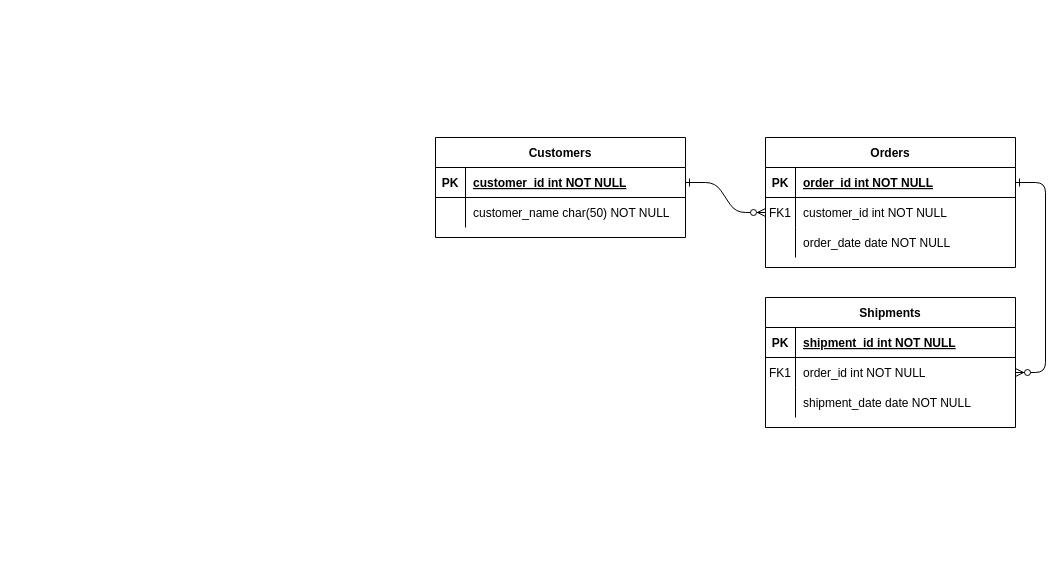
Above: Untitled Diagram.drawio in JaycobHoffman1/assignments-database-fundamentals (draw.io), before the change. Source tidied: cells renumbered, new cells numbered last; positions are measured from the earlier drawing's top-left corner, leaving out a move shared by most shapes. Both pictures are drawn from the tidied source at 100%, with x=0, y=0 at pixel (435, 137).
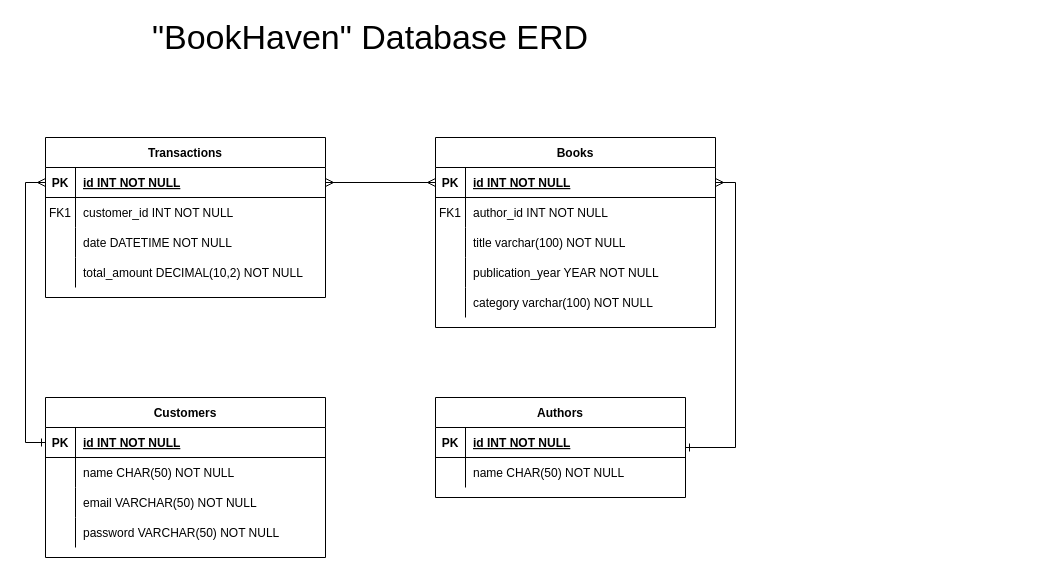
Above is the later version.

Change to the diagram source:
```diff
@@
-    <mxCell id="2" style="edgeStyle=entityRelationEdgeStyle;endArrow=ERzeroToMany;startArrow=ERone;endFill=1;startFill=0;" parent="1" edge="1" source="25" target="8">
-      <mxGeometry relative="1" as="geometry" />
-    </mxCell>
-    <mxCell id="3" style="edgeStyle=entityRelationEdgeStyle;endArrow=ERzeroToMany;startArrow=ERone;endFill=1;startFill=0;" parent="1" edge="1" source="5" target="18">
-      <mxGeometry relative="1" as="geometry" />
-    </mxCell>
-    <mxCell id="4" value="Orders" style="shape=table;startSize=30;childLayout=tableLayout;rowLines=0;fontStyle=1;align=center;" parent="1" vertex="1">
-      <mxGeometry x="330" width="250" height="130" as="geometry" />
-    </mxCell>
-    <mxCell id="5" style="shape=partialRectangle;fillColor=none;points=[[0,0.5],[1,0.5]];portConstraint=eastwest;top=0;left=0;right=0;bottom=1;" parent="4" vertex="1">
-      <mxGeometry y="30" width="250" height="30" as="geometry" />
-    </mxCell>
-    <mxCell id="6" value="PK" style="shape=partialRectangle;overflow=hidden;fillColor=none;top=0;left=0;bottom=0;right=0;fontStyle=1;" parent="5" vertex="1">
-      <mxGeometry width="30" height="30" as="geometry" />
-    </mxCell>
-    <mxCell id="7" value="order_id int NOT NULL " style="shape=partialRectangle;overflow=hidden;fillColor=none;top=0;left=0;bottom=0;right=0;align=left;spacingLeft=6;fontStyle=5;" parent="5" vertex="1">
-      <mxGeometry x="30" width="220" height="30" as="geometry" />
-    </mxCell>
-    <mxCell id="8" style="shape=partialRectangle;fillColor=none;points=[[0,0.5],[1,0.5]];portConstraint=eastwest;top=0;left=0;right=0;bottom=0;" parent="4" vertex="1">
-      <mxGeometry y="60" width="250" height="30" as="geometry" />
-    </mxCell>
-    <mxCell id="9" value="FK1" style="shape=partialRectangle;overflow=hidden;fillColor=none;top=0;left=0;bottom=0;right=0;" parent="8" vertex="1">
-      <mxGeometry width="30" height="30" as="geometry" />
-    </mxCell>
-    <mxCell id="10" value="customer_id int NOT NULL" style="shape=partialRectangle;overflow=hidden;fillColor=none;top=0;left=0;bottom=0;right=0;align=left;spacingLeft=6;" parent="8" vertex="1">
-      <mxGeometry x="30" width="220" height="30" as="geometry" />
-    </mxCell>
-    <mxCell id="11" style="shape=partialRectangle;fillColor=none;top=0;left=0;right=0;bottom=0;" parent="4" vertex="1">
-      <mxGeometry y="90" width="250" height="30" as="geometry" />
-    </mxCell>
-    <mxCell id="12" style="shape=partialRectangle;overflow=hidden;fillColor=none;top=0;left=0;bottom=0;right=0;" parent="11" vertex="1">
-      <mxGeometry width="30" height="30" as="geometry" />
-    </mxCell>
-    <mxCell id="13" value="order_date date NOT NULL" style="shape=partialRectangle;overflow=hidden;fillColor=none;top=0;left=0;bottom=0;right=0;align=left;spacingLeft=6;" parent="11" vertex="1">
-      <mxGeometry x="30" width="220" height="30" as="geometry" />
-    </mxCell>
-    <mxCell id="14" value="Shipments" style="shape=table;startSize=30;childLayout=tableLayout;rowLines=0;fontStyle=1;align=center;" parent="1" vertex="1">
-      <mxGeometry x="330" y="160" width="250" height="130" as="geometry" />
-    </mxCell>
-    <mxCell id="15" style="shape=partialRectangle;fillColor=none;top=0;left=0;right=0;bottom=1;" parent="14" vertex="1">
-      <mxGeometry y="30" width="250" height="30" as="geometry" />
-    </mxCell>
-    <mxCell id="16" value="PK" style="shape=partialRectangle;overflow=hidden;fillColor=none;top=0;left=0;bottom=0;right=0;fontStyle=1;" parent="15" vertex="1">
-      <mxGeometry width="30" height="30" as="geometry" />
-    </mxCell>
-    <mxCell id="17" value="shipment_id int NOT NULL " style="shape=partialRectangle;overflow=hidden;fillColor=none;top=0;left=0;bottom=0;right=0;align=left;spacingLeft=6;fontStyle=5;" parent="15" vertex="1">
-      <mxGeometry x="30" width="220" height="30" as="geometry" />
-    </mxCell>
-    <mxCell id="18" style="shape=partialRectangle;fillColor=none;points=[[0,0.5],[1,0.5]];portConstraint=eastwest;top=0;left=0;right=0;bottom=0;" parent="14" vertex="1">
-      <mxGeometry y="60" width="250" height="30" as="geometry" />
-    </mxCell>
-    <mxCell id="19" value="FK1" style="shape=partialRectangle;overflow=hidden;fillColor=none;top=0;left=0;bottom=0;right=0;" parent="18" vertex="1">
-      <mxGeometry width="30" height="30" as="geometry" />
-    </mxCell>
-    <mxCell id="20" value="order_id int NOT NULL" style="shape=partialRectangle;overflow=hidden;fillColor=none;top=0;left=0;bottom=0;right=0;align=left;spacingLeft=6;" parent="18" vertex="1">
-      <mxGeometry x="30" width="220" height="30" as="geometry" />
-    </mxCell>
-    <mxCell id="21" style="shape=partialRectangle;fillColor=none;top=0;left=0;right=0;bottom=0;" parent="14" vertex="1">
-      <mxGeometry y="90" width="250" height="30" as="geometry" />
-    </mxCell>
-    <mxCell id="22" style="shape=partialRectangle;overflow=hidden;fillColor=none;top=0;left=0;bottom=0;right=0;" parent="21" vertex="1">
-      <mxGeometry width="30" height="30" as="geometry" />
-    </mxCell>
-    <mxCell id="23" value="shipment_date date NOT NULL" style="shape=partialRectangle;overflow=hidden;fillColor=none;top=0;left=0;bottom=0;right=0;align=left;spacingLeft=6;" parent="21" vertex="1">
-      <mxGeometry x="30" width="220" height="30" as="geometry" />
-    </mxCell>
-    <mxCell id="24" value="Customers" style="shape=table;startSize=30;childLayout=tableLayout;rowLines=0;fontStyle=1;align=center;" parent="1" vertex="1">
-      <mxGeometry width="250" height="100" as="geometry" />
+    <mxCell id="24" value="Books" style="shape=table;startSize=30;childLayout=tableLayout;rowLines=0;fontStyle=1;align=center;" parent="1" vertex="1">
+      <mxGeometry width="280" height="190" as="geometry" />
     </mxCell>
     <mxCell id="25" style="shape=partialRectangle;fillColor=none;points=[[0,0.5],[1,0.5]];portConstraint=eastwest;top=0;left=0;right=0;bottom=1;" parent="24" vertex="1">
-      <mxGeometry y="30" width="250" height="30" as="geometry" />
+      <mxGeometry y="30" width="280" height="30" as="geometry" />
     </mxCell>
@@
-    <mxCell id="27" value="customer_id int NOT NULL " style="shape=partialRectangle;overflow=hidden;fillColor=none;top=0;left=0;bottom=0;right=0;align=left;spacingLeft=6;fontStyle=5;" parent="25" vertex="1">
-      <mxGeometry x="30" width="220" height="30" as="geometry" />
+    <mxCell id="27" value="id INT NOT NULL" style="shape=partialRectangle;overflow=hidden;fillColor=none;top=0;left=0;bottom=0;right=0;align=left;spacingLeft=6;fontStyle=5;" parent="25" vertex="1">
+      <mxGeometry x="30" width="250" height="30" as="geometry" />
     </mxCell>
     <mxCell id="28" style="shape=partialRectangle;fillColor=none;top=0;left=0;right=0;bottom=0;" parent="24" vertex="1">
-      <mxGeometry y="60" width="250" height="30" as="geometry" />
+      <mxGeometry y="60" width="280" height="30" as="geometry" />
     </mxCell>
-    <mxCell id="29" style="shape=partialRectangle;overflow=hidden;fillColor=none;top=0;left=0;bottom=0;right=0;" parent="28" vertex="1">
+    <mxCell id="29" value="FK1" style="shape=partialRectangle;overflow=hidden;fillColor=none;top=0;left=0;bottom=0;right=0;" parent="28" vertex="1">
       <mxGeometry width="30" height="30" as="geometry" />
     </mxCell>
-    <mxCell id="30" value="customer_name char(50) NOT NULL" style="shape=partialRectangle;overflow=hidden;fillColor=none;top=0;left=0;bottom=0;right=0;align=left;spacingLeft=6;" parent="28" vertex="1">
-      <mxGeometry x="30" width="220" height="30" as="geometry" />
+    <mxCell id="30" value="author_id INT NOT NULL" style="shape=partialRectangle;overflow=hidden;fillColor=none;top=0;left=0;bottom=0;right=0;align=left;spacingLeft=6;" parent="28" vertex="1">
+      <mxGeometry x="30" width="250" height="30" as="geometry" />
     </mxCell>
+    <mxCell id="31" style="shape=partialRectangle;fillColor=none;top=0;left=0;right=0;bottom=0;" parent="24" vertex="1">
+      <mxGeometry y="90" width="280" height="30" as="geometry" />
+    </mxCell>
+    <mxCell id="32" style="shape=partialRectangle;overflow=hidden;fillColor=none;top=0;left=0;bottom=0;right=0;" parent="31" vertex="1">
+      <mxGeometry width="30" height="30" as="geometry" />
+    </mxCell>
+    <mxCell id="33" value="title varchar(100) NOT NULL" style="shape=partialRectangle;overflow=hidden;fillColor=none;top=0;left=0;bottom=0;right=0;align=left;spacingLeft=6;" parent="31" vertex="1">
+      <mxGeometry x="30" width="250" height="30" as="geometry" />
+    </mxCell>
+    <mxCell id="34" style="shape=partialRectangle;fillColor=none;top=0;left=0;right=0;bottom=0;" parent="24" vertex="1">
+      <mxGeometry y="120" width="280" height="30" as="geometry" />
+    </mxCell>
+    <mxCell id="35" style="shape=partialRectangle;overflow=hidden;fillColor=none;top=0;left=0;bottom=0;right=0;" parent="34" vertex="1">
+      <mxGeometry width="30" height="30" as="geometry" />
+    </mxCell>
+    <mxCell id="36" value="publication_year YEAR NOT NULL" style="shape=partialRectangle;overflow=hidden;fillColor=none;top=0;left=0;bottom=0;right=0;align=left;spacingLeft=6;" parent="34" vertex="1">
+      <mxGeometry x="30" width="250" height="30" as="geometry" />
+    </mxCell>
+    <mxCell id="37" style="shape=partialRectangle;fillColor=none;top=0;left=0;right=0;bottom=0;" parent="24" vertex="1">
+      <mxGeometry y="150" width="280" height="30" as="geometry" />
+    </mxCell>
+    <mxCell id="38" style="shape=partialRectangle;overflow=hidden;fillColor=none;top=0;left=0;bottom=0;right=0;" parent="37" vertex="1">
+      <mxGeometry width="30" height="30" as="geometry" />
+    </mxCell>
+    <mxCell id="39" value="category varchar(100) NOT NULL" style="shape=partialRectangle;overflow=hidden;fillColor=none;top=0;left=0;bottom=0;right=0;align=left;spacingLeft=6;" parent="37" vertex="1">
+      <mxGeometry x="30" width="250" height="30" as="geometry" />
+    </mxCell>
+    <mxCell id="40" style="edgeStyle=orthogonalEdgeStyle;rounded=0;jettySize=auto;html=1;entryX=1;entryY=0.5;entryDx=0;entryDy=0;startArrow=ERone;startFill=0;endArrow=ERmany;endFill=0;" parent="1" edge="1" source="41" target="25">
+      <mxGeometry relative="1" as="geometry">
+        <Array as="points">
+          <mxPoint x="300" y="310" />
+          <mxPoint x="300" y="45" />
+        </Array>
+      </mxGeometry>
+    </mxCell>
+    <mxCell id="41" value="Authors" style="shape=table;startSize=30;childLayout=tableLayout;rowLines=0;fontStyle=1;align=center;" parent="1" vertex="1">
+      <mxGeometry y="260" width="250" height="100" as="geometry" />
+    </mxCell>
+    <mxCell id="42" style="shape=partialRectangle;fillColor=none;top=0;left=0;right=0;bottom=1;" parent="41" vertex="1">
+      <mxGeometry y="30" width="250" height="30" as="geometry" />
+    </mxCell>
+    <mxCell id="43" value="PK" style="shape=partialRectangle;overflow=hidden;fillColor=none;top=0;left=0;bottom=0;right=0;fontStyle=1;" parent="42" vertex="1">
+      <mxGeometry width="30" height="30" as="geometry" />
+    </mxCell>
+    <mxCell id="44" value="id INT NOT NULL" style="shape=partialRectangle;overflow=hidden;fillColor=none;top=0;left=0;bottom=0;right=0;align=left;spacingLeft=6;fontStyle=5;" parent="42" vertex="1">
+      <mxGeometry x="30" width="220" height="30" as="geometry" />
+    </mxCell>
+    <mxCell id="45" style="shape=partialRectangle;fillColor=none;top=0;left=0;right=0;bottom=0;" parent="41" vertex="1">
+      <mxGeometry y="60" width="250" height="30" as="geometry" />
+    </mxCell>
+    <mxCell id="46" style="shape=partialRectangle;overflow=hidden;fillColor=none;top=0;left=0;bottom=0;right=0;" parent="45" vertex="1">
+      <mxGeometry width="30" height="30" as="geometry" />
+    </mxCell>
+    <mxCell id="47" value="name CHAR(50) NOT NULL" style="shape=partialRectangle;overflow=hidden;fillColor=none;top=0;left=0;bottom=0;right=0;align=left;spacingLeft=6;" parent="45" vertex="1">
+      <mxGeometry x="30" width="220" height="30" as="geometry" />
+    </mxCell>
+    <mxCell id="48" value="Customers" style="shape=table;startSize=30;childLayout=tableLayout;rowLines=0;fontStyle=1;align=center;" parent="1" vertex="1">
+      <mxGeometry x="-390" y="260" width="280" height="160" as="geometry" />
+    </mxCell>
+    <mxCell id="49" style="shape=partialRectangle;fillColor=none;points=[[0,0.5],[1,0.5]];portConstraint=eastwest;top=0;left=0;right=0;bottom=1;" parent="48" vertex="1">
+      <mxGeometry y="30" width="280" height="30" as="geometry" />
+    </mxCell>
+    <mxCell id="50" value="PK" style="shape=partialRectangle;overflow=hidden;fillColor=none;top=0;left=0;bottom=0;right=0;fontStyle=1;" parent="49" vertex="1">
+      <mxGeometry width="30" height="30" as="geometry" />
+    </mxCell>
+    <mxCell id="51" value="id INT NOT NULL" style="shape=partialRectangle;overflow=hidden;fillColor=none;top=0;left=0;bottom=0;right=0;align=left;spacingLeft=6;fontStyle=5;" parent="49" vertex="1">
+      <mxGeometry x="30" width="250" height="30" as="geometry" />
+    </mxCell>
+    <mxCell id="52" style="shape=partialRectangle;fillColor=none;top=0;left=0;right=0;bottom=0;" parent="48" vertex="1">
+      <mxGeometry y="60" width="280" height="30" as="geometry" />
+    </mxCell>
+    <mxCell id="53" style="shape=partialRectangle;overflow=hidden;fillColor=none;top=0;left=0;bottom=0;right=0;" parent="52" vertex="1">
+      <mxGeometry width="30" height="30" as="geometry" />
+    </mxCell>
+    <mxCell id="54" value="name CHAR(50) NOT NULL" style="shape=partialRectangle;overflow=hidden;fillColor=none;top=0;left=0;bottom=0;right=0;align=left;spacingLeft=6;" parent="52" vertex="1">
+      <mxGeometry x="30" width="250" height="30" as="geometry" />
+    </mxCell>
+    <mxCell id="55" style="shape=partialRectangle;fillColor=none;top=0;left=0;right=0;bottom=0;" parent="48" vertex="1">
+      <mxGeometry y="90" width="280" height="30" as="geometry" />
+    </mxCell>
+    <mxCell id="56" style="shape=partialRectangle;overflow=hidden;fillColor=none;top=0;left=0;bottom=0;right=0;" parent="55" vertex="1">
+      <mxGeometry width="30" height="30" as="geometry" />
+    </mxCell>
+    <mxCell id="57" value="email VARCHAR(50) NOT NULL" style="shape=partialRectangle;overflow=hidden;fillColor=none;top=0;left=0;bottom=0;right=0;align=left;spacingLeft=6;" parent="55" vertex="1">
+      <mxGeometry x="30" width="250" height="30" as="geometry" />
+    </mxCell>
+    <mxCell id="58" style="shape=partialRectangle;fillColor=none;top=0;left=0;right=0;bottom=0;" parent="48" vertex="1">
+      <mxGeometry y="120" width="280" height="30" as="geometry" />
+    </mxCell>
+    <mxCell id="59" style="shape=partialRectangle;overflow=hidden;fillColor=none;top=0;left=0;bottom=0;right=0;" parent="58" vertex="1">
+      <mxGeometry width="30" height="30" as="geometry" />
+    </mxCell>
+    <mxCell id="60" value="password VARCHAR(50) NOT NULL" style="shape=partialRectangle;overflow=hidden;fillColor=none;top=0;left=0;bottom=0;right=0;align=left;spacingLeft=6;" parent="58" vertex="1">
+      <mxGeometry x="30" width="250" height="30" as="geometry" />
+    </mxCell>
+    <mxCell id="61" value="Transactions" style="shape=table;startSize=30;childLayout=tableLayout;rowLines=0;fontStyle=1;align=center;" parent="1" vertex="1">
+      <mxGeometry x="-390" width="280" height="160" as="geometry" />
+    </mxCell>
+    <mxCell id="62" style="shape=partialRectangle;fillColor=none;points=[[0,0.5],[1,0.5]];portConstraint=eastwest;top=0;left=0;right=0;bottom=1;" parent="61" vertex="1">
+      <mxGeometry y="30" width="280" height="30" as="geometry" />
+    </mxCell>
+    <mxCell id="63" value="PK" style="shape=partialRectangle;overflow=hidden;fillColor=none;top=0;left=0;bottom=0;right=0;fontStyle=1;" parent="62" vertex="1">
+      <mxGeometry width="30" height="30" as="geometry" />
+    </mxCell>
+    <mxCell id="64" value="id INT NOT NULL" style="shape=partialRectangle;overflow=hidden;fillColor=none;top=0;left=0;bottom=0;right=0;align=left;spacingLeft=6;fontStyle=5;" parent="62" vertex="1">
+      <mxGeometry x="30" width="250" height="30" as="geometry" />
+    </mxCell>
+    <mxCell id="65" style="shape=partialRectangle;fillColor=none;top=0;left=0;right=0;bottom=0;" parent="61" vertex="1">
+      <mxGeometry y="60" width="280" height="30" as="geometry" />
+    </mxCell>
+    <mxCell id="66" value="FK1" style="shape=partialRectangle;overflow=hidden;fillColor=none;top=0;left=0;bottom=0;right=0;" parent="65" vertex="1">
+      <mxGeometry width="30" height="30" as="geometry" />
+    </mxCell>
+    <mxCell id="67" value="customer_id INT NOT NULL" style="shape=partialRectangle;overflow=hidden;fillColor=none;top=0;left=0;bottom=0;right=0;align=left;spacingLeft=6;" parent="65" vertex="1">
+      <mxGeometry x="30" width="250" height="30" as="geometry" />
+    </mxCell>
+    <mxCell id="68" style="shape=partialRectangle;fillColor=none;top=0;left=0;right=0;bottom=0;" parent="61" vertex="1">
+      <mxGeometry y="90" width="280" height="30" as="geometry" />
+    </mxCell>
+    <mxCell id="69" style="shape=partialRectangle;overflow=hidden;fillColor=none;top=0;left=0;bottom=0;right=0;" parent="68" vertex="1">
+      <mxGeometry width="30" height="30" as="geometry" />
+    </mxCell>
+    <mxCell id="70" value="date DATETIME NOT NULL" style="shape=partialRectangle;overflow=hidden;fillColor=none;top=0;left=0;bottom=0;right=0;align=left;spacingLeft=6;" parent="68" vertex="1">
+      <mxGeometry x="30" width="250" height="30" as="geometry" />
+    </mxCell>
+    <mxCell id="71" style="shape=partialRectangle;fillColor=none;top=0;left=0;right=0;bottom=0;" parent="61" vertex="1">
+      <mxGeometry y="120" width="280" height="30" as="geometry" />
+    </mxCell>
+    <mxCell id="72" style="shape=partialRectangle;overflow=hidden;fillColor=none;top=0;left=0;bottom=0;right=0;" parent="71" vertex="1">
+      <mxGeometry width="30" height="30" as="geometry" />
+    </mxCell>
+    <mxCell id="73" value="total_amount DECIMAL(10,2) NOT NULL" style="shape=partialRectangle;overflow=hidden;fillColor=none;top=0;left=0;bottom=0;right=0;align=left;spacingLeft=6;" parent="71" vertex="1">
+      <mxGeometry x="30" width="250" height="30" as="geometry" />
+    </mxCell>
+    <mxCell id="74" style="edgeStyle=orthogonalEdgeStyle;rounded=0;jettySize=auto;html=1;entryX=0;entryY=0.5;entryDx=0;entryDy=0;startArrow=ERone;startFill=0;endArrow=ERmany;endFill=0;" parent="1" edge="1" source="49" target="62">
+      <mxGeometry relative="1" as="geometry" />
+    </mxCell>
+    <mxCell id="75" style="edgeStyle=orthogonalEdgeStyle;rounded=0;jettySize=auto;html=1;entryX=0;entryY=0.5;entryDx=0;entryDy=0;startArrow=ERmany;startFill=0;endArrow=ERmany;endFill=0;" parent="1" edge="1" source="62" target="25">
+      <mxGeometry relative="1" as="geometry" />
+    </mxCell>
+    <mxCell id="76" value="&lt;font style=&quot;font-size: 34px;&quot;&gt;&quot;BookHaven&quot; Database ERD&lt;/font&gt;" style="text;html=1;align=center;verticalAlign=middle;whiteSpace=wrap;rounded=0;" parent="1" vertex="1">
+      <mxGeometry x="-310" y="-120" width="490" height="40" as="geometry" />
+    </mxCell>
```
